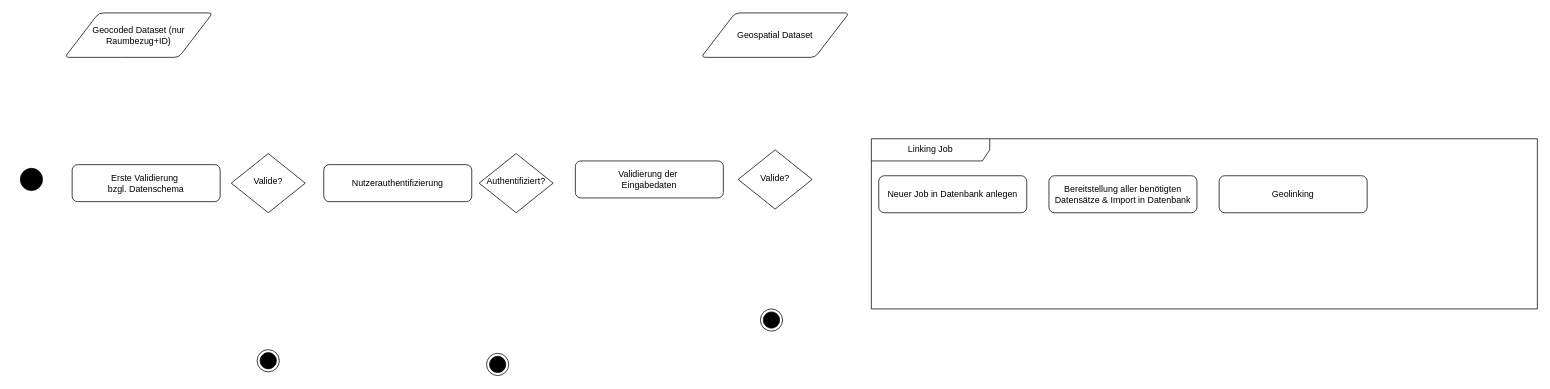
Above: sora/sora-geolinking-flowchart_001_quer.drawio in traveller195/draw_io (draw.io), before the change. Source tidied: cells renumbered, new cells numbered last; positions are measured from the earlier drawing's top-left corner, leaving out a move shared by most shapes. Both pictures are drawn from the tidied source at 74%, with x=0, y=0 at pixel (20, 13).
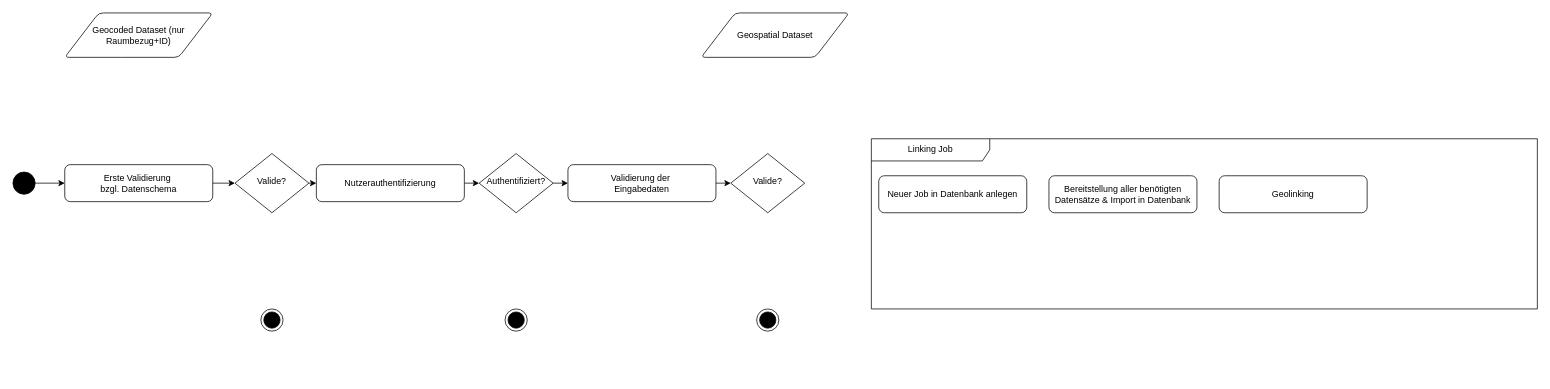
The same page after the edit.

Unchanged cells that the change refers to:
```xml
<mxCell id="11" value="Authentifiziert?" style="rhombus;whiteSpace=wrap;html=1;shadow=0;fontFamily=Helvetica;fontSize=12;align=center;strokeWidth=1;spacing=6;spacingTop=-4;" parent="1" vertex="1">
  <mxGeometry x="620" y="190" width="100" height="80" as="geometry" />
</mxCell>
```

The edit, as a diff of the source:
```diff
@@
+    <mxCell id="18" style="edgeStyle=orthogonalEdgeStyle;rounded=0;jettySize=auto;html=1;exitX=1;exitY=0.5;exitDx=0;exitDy=0;entryX=0;entryY=0.5;entryDx=0;entryDy=0;" parent="1" edge="1" source="2" target="8">
+      <mxGeometry relative="1" as="geometry" />
+    </mxCell>
     <mxCell id="2" value="&lt;div&gt;Erste Validierung&amp;nbsp;&lt;/div&gt;&lt;div&gt;bzgl. Datenschema&lt;/div&gt;" style="rounded=1;whiteSpace=wrap;html=1;fontSize=12;glass=0;strokeWidth=1;shadow=0;" parent="1" vertex="1">
-      <mxGeometry x="70" y="205" width="200" height="50" as="geometry" />
+      <mxGeometry x="60" y="205" width="200" height="50" as="geometry" />
     </mxCell>
+    <mxCell id="19" style="edgeStyle=orthogonalEdgeStyle;rounded=0;jettySize=auto;html=1;exitX=1;exitY=0.5;exitDx=0;exitDy=0;entryX=0;entryY=0.5;entryDx=0;entryDy=0;" parent="1" edge="1" source="3" target="2">
+      <mxGeometry relative="1" as="geometry" />
+    </mxCell>
     <mxCell id="3" style="ellipse;fillColor=strokeColor;html=1;" parent="1" vertex="1">
-      <mxGeometry y="210" width="30" height="30" as="geometry" />
+      <mxGeometry x="-10" y="215" width="30" height="30" as="geometry" />
     </mxCell>
@@
+    <mxCell id="20" style="edgeStyle=orthogonalEdgeStyle;rounded=0;jettySize=auto;html=1;exitX=1;exitY=0.5;exitDx=0;exitDy=0;entryX=0;entryY=0.5;entryDx=0;entryDy=0;" parent="1" edge="1" source="8" target="10">
+      <mxGeometry relative="1" as="geometry" />
+    </mxCell>
     <mxCell id="8" value="Valide?" style="rhombus;whiteSpace=wrap;html=1;shadow=0;fontFamily=Helvetica;fontSize=12;align=center;strokeWidth=1;spacing=6;spacingTop=-4;" parent="1" vertex="1">
-      <mxGeometry x="285" y="190" width="100" height="80" as="geometry" />
+      <mxGeometry x="290" y="190" width="100" height="80" as="geometry" />
     </mxCell>
     <mxCell id="9" value="ddd" style="ellipse;html=1;shape=endState;fillColor=strokeColor;" parent="1" vertex="1">
-      <mxGeometry x="320" y="455" width="30" height="30" as="geometry" />
+      <mxGeometry x="325" y="400" width="30" height="30" as="geometry" />
     </mxCell>
+    <mxCell id="21" style="edgeStyle=orthogonalEdgeStyle;rounded=0;jettySize=auto;html=1;exitX=1;exitY=0.5;exitDx=0;exitDy=0;entryX=0;entryY=0.5;entryDx=0;entryDy=0;" parent="1" edge="1" source="10" target="11">
+      <mxGeometry relative="1" as="geometry" />
+    </mxCell>
     <mxCell id="10" value="Nutzerauthentifizierung" style="rounded=1;whiteSpace=wrap;html=1;fontSize=12;glass=0;strokeWidth=1;shadow=0;" parent="1" vertex="1">
-      <mxGeometry x="410" y="205" width="200" height="50" as="geometry" />
+      <mxGeometry x="400" y="205" width="200" height="50" as="geometry" />
     </mxCell>
+    <mxCell id="22" style="edgeStyle=orthogonalEdgeStyle;rounded=0;jettySize=auto;html=1;exitX=1;exitY=0.5;exitDx=0;exitDy=0;entryX=0;entryY=0.5;entryDx=0;entryDy=0;" parent="1" edge="1" source="11" target="13">
+      <mxGeometry relative="1" as="geometry" />
+    </mxCell>
@@
     <mxCell id="12" value="ddd" style="ellipse;html=1;shape=endState;fillColor=strokeColor;" parent="1" vertex="1">
-      <mxGeometry x="630" y="460" width="30" height="30" as="geometry" />
+      <mxGeometry x="655" y="400" width="30" height="30" as="geometry" />
     </mxCell>
+    <mxCell id="23" style="edgeStyle=orthogonalEdgeStyle;rounded=0;jettySize=auto;html=1;exitX=1;exitY=0.5;exitDx=0;exitDy=0;entryX=0;entryY=0.5;entryDx=0;entryDy=0;" parent="1" edge="1" source="13" target="14">
+      <mxGeometry relative="1" as="geometry" />
+    </mxCell>
     <mxCell id="13" value="&lt;div&gt;Validierung der&amp;nbsp;&lt;/div&gt;&lt;div&gt;Eingabedaten&lt;/div&gt;" style="rounded=1;whiteSpace=wrap;html=1;fontSize=12;glass=0;strokeWidth=1;shadow=0;" parent="1" vertex="1">
-      <mxGeometry x="750" y="200" width="200" height="50" as="geometry" />
+      <mxGeometry x="740" y="205" width="200" height="50" as="geometry" />
     </mxCell>
     <mxCell id="14" value="Valide?" style="rhombus;whiteSpace=wrap;html=1;shadow=0;fontFamily=Helvetica;fontSize=12;align=center;strokeWidth=1;spacing=6;spacingTop=-4;" parent="1" vertex="1">
-      <mxGeometry x="970" y="185" width="100" height="80" as="geometry" />
+      <mxGeometry x="960" y="190" width="100" height="80" as="geometry" />
     </mxCell>
     <mxCell id="15" value="ddd" style="ellipse;html=1;shape=endState;fillColor=strokeColor;" parent="1" vertex="1">
-      <mxGeometry x="1000" y="400" width="30" height="30" as="geometry" />
+      <mxGeometry x="995" y="400" width="30" height="30" as="geometry" />
     </mxCell>
```
